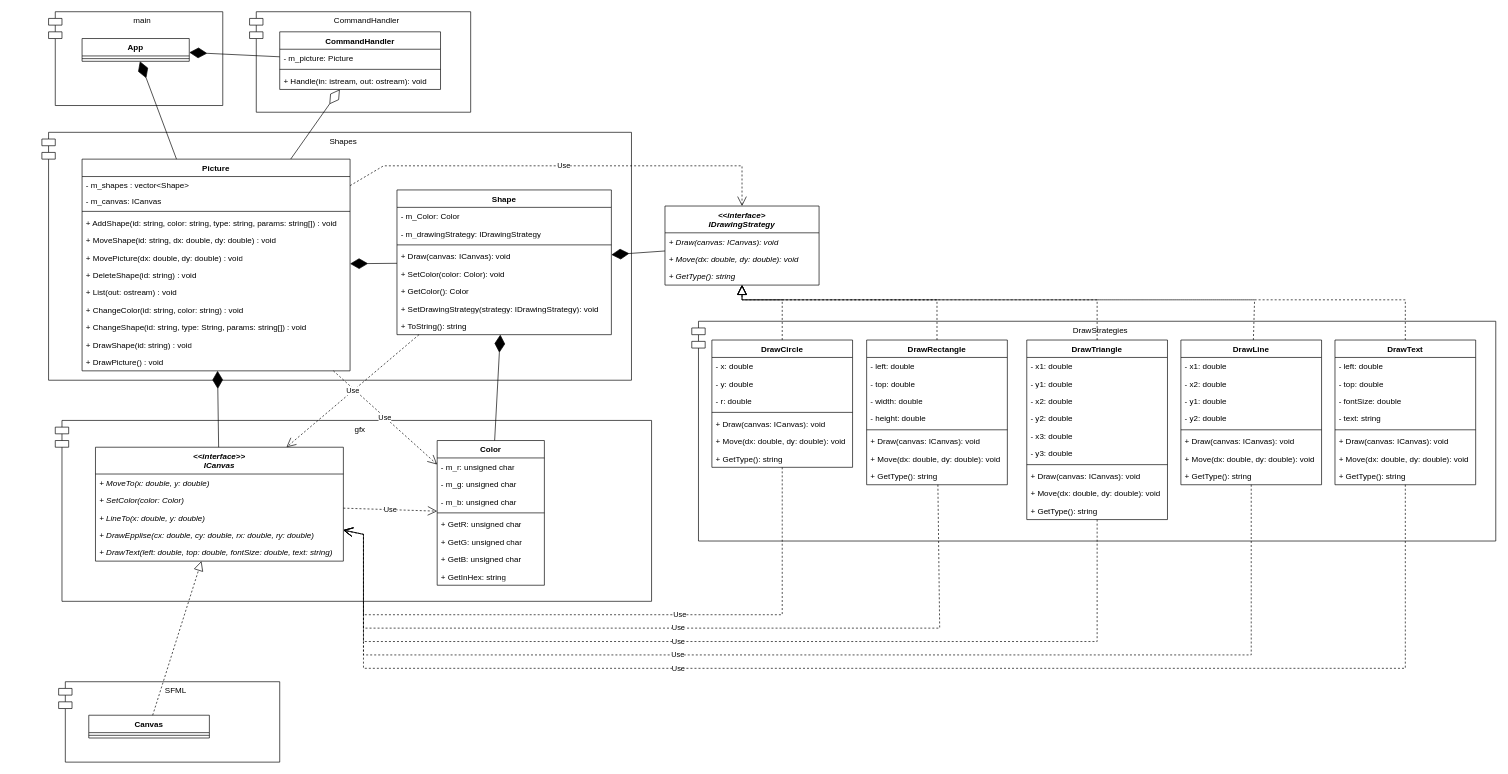
Before: lw1/4/Shapes.drawio in ProstP/OOD, a draw.io diagram. Source tidied: cells renumbered, new cells numbered last; positions are measured from the earlier drawing's top-left corner, leaving out a move shared by most shapes. Both pictures are drawn from the tidied source at 67%, with x=0, y=0 at pixel (42, 11).
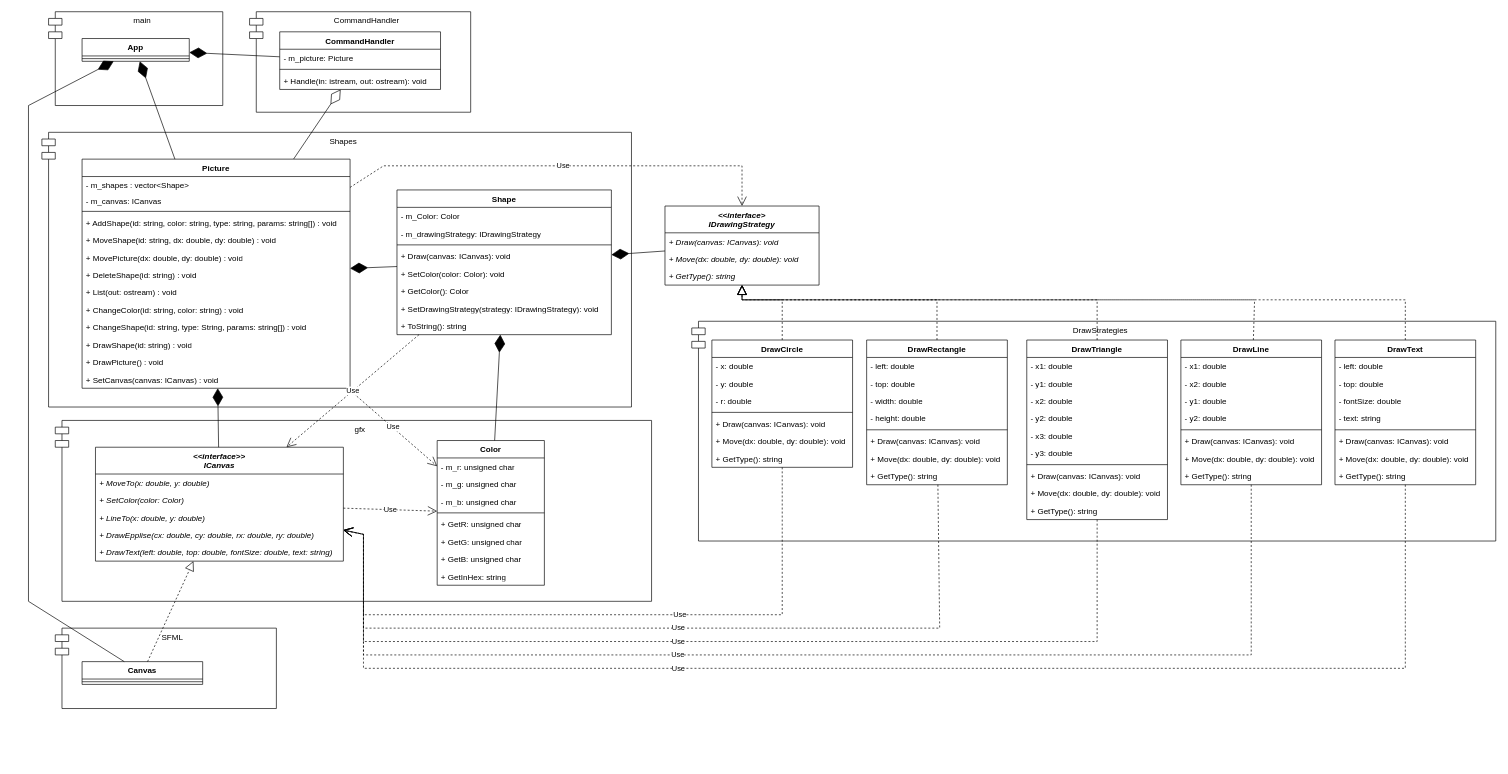
After the change.

Unchanged cells that the change refers to:
```xml
<mxCell id="6" value="App" style="swimlane;fontStyle=1;align=center;verticalAlign=top;horizontal=1;startSize=26;whiteSpace=wrap;html=1;" parent="1" vertex="1">
  <mxGeometry x="60" y="40" width="160" height="34" as="geometry" />
</mxCell>
```

Diff of the diagram source:
```diff
@@
     <mxCell id="4" value="Shapes" style="shape=module;align=left;spacingLeft=20;align=center;verticalAlign=top;whiteSpace=wrap;html=1;" parent="1" vertex="1">
-      <mxGeometry y="180" width="880" height="370" as="geometry" />
+      <mxGeometry y="180" width="880" height="410" as="geometry" />
     </mxCell>
@@
     <mxCell id="14" value="Picture" style="swimlane;fontStyle=1;align=center;verticalAlign=top;horizontal=1;startSize=26;whiteSpace=wrap;html=1;" parent="1" vertex="1">
-      <mxGeometry x="60" y="220" width="400" height="316" as="geometry" />
+      <mxGeometry x="60" y="220" width="400" height="342" as="geometry" />
     </mxCell>
@@
+    <mxCell id="125" value="+ SetCanvas(canvas: ICanvas) : void" style="text;strokeColor=none;fillColor=none;align=left;verticalAlign=top;spacingLeft=4;spacingRight=4;overflow=hidden;whiteSpace=wrap;html=1;" parent="14" vertex="1">
+      <mxGeometry y="316" width="400" height="26" as="geometry" />
+    </mxCell>
@@
     <mxCell id="121" value="SFML" style="shape=module;align=left;spacingLeft=20;align=center;verticalAlign=top;whiteSpace=wrap;html=1;" parent="1" vertex="1">
-      <mxGeometry x="25" y="1000" width="330" height="120" as="geometry" />
+      <mxGeometry x="20" y="920" width="330" height="120" as="geometry" />
     </mxCell>
     <mxCell id="122" value="Canvas" style="swimlane;fontStyle=1;align=center;verticalAlign=top;horizontal=1;startSize=26;whiteSpace=wrap;html=1;" parent="1" vertex="1">
-      <mxGeometry x="70" y="1050" width="180" height="34" as="geometry" />
+      <mxGeometry x="60" y="970" width="180" height="34" as="geometry" />
     </mxCell>
@@
+    <mxCell id="126" style="endArrow=diamondThin;endFill=1;endSize=24;html=1;rounded=0;" parent="1" edge="1" source="122" target="6">
+      <mxGeometry relative="1" as="geometry">
+        <Array as="points">
+          <mxPoint x="-20" y="880" />
+          <mxPoint x="-20" y="140" />
+        </Array>
+      </mxGeometry>
+    </mxCell>
```
